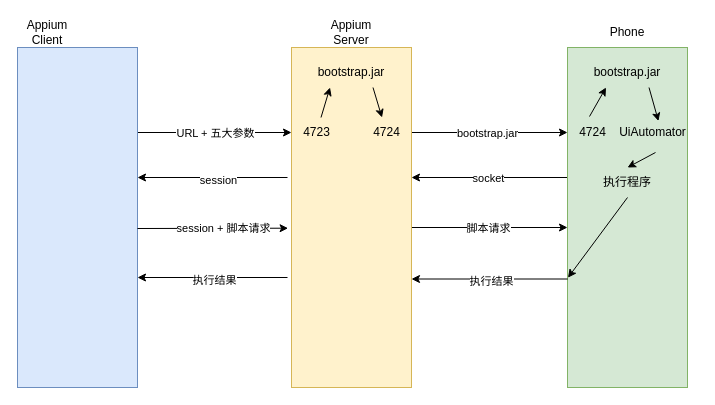
Above: draw/未命名绘图.drawio in itian932/resource (draw.io), before the change. Source tidied: cells renumbered, new cells numbered last; positions are measured from the earlier drawing's top-left corner, leaving out a move shared by most shapes. Both pictures are drawn from the tidied source at 100%, with x=0, y=0 at pixel (17, 17).
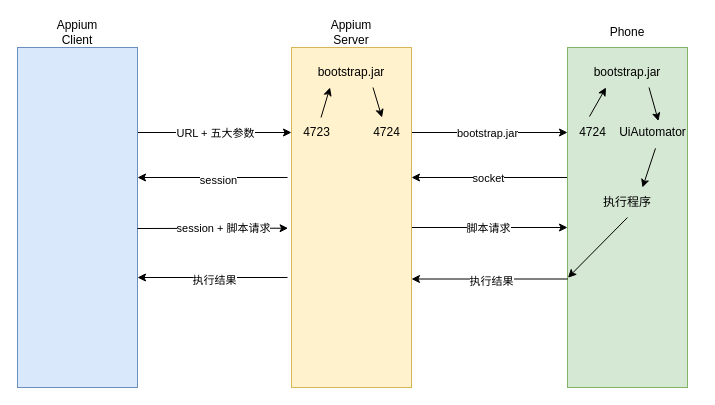
The same page after the edit.

Unchanged cells that the change refers to:
```xml
<mxCell id="26" value="UiAutomator" style="text;html=1;align=center;verticalAlign=middle;points=[];strokeColor=none;fillColor=none;" parent="1" vertex="1">
  <mxGeometry x="590" y="100" width="90" height="30" as="geometry" />
</mxCell>
```

The edit, as a diff of the source:
```diff
@@
     <mxCell id="14" value="Appium Client" style="text;html=1;align=center;verticalAlign=middle;whiteSpace=wrap;rounded=0;" parent="1" vertex="1">
-      <mxGeometry width="60" height="30" as="geometry" />
+      <mxGeometry x="30" width="60" height="30" as="geometry" />
     </mxCell>
@@
-    <mxCell id="34" style="endArrow=classic;html=1;rounded=0;entryX=0.5;entryY=0;entryDx=0;entryDy=0;" parent="1" edge="1" target="35">
-      <mxGeometry relative="1" as="geometry">
-        <mxPoint x="638" y="135" as="sourcePoint" />
-      </mxGeometry>
-    </mxCell>
     <mxCell id="35" value="执行程序" style="text;html=1;align=center;verticalAlign=middle;whiteSpace=wrap;rounded=0;" parent="1" vertex="1">
-      <mxGeometry x="580" y="150" width="60" height="30" as="geometry" />
+      <mxGeometry x="580" y="170" width="60" height="30" as="geometry" />
     </mxCell>
@@
+    <mxCell id="37" style="endArrow=classic;html=1;rounded=0;exitX=0.533;exitY=1.029;exitDx=0;exitDy=0;exitPerimeter=0;entryX=0.75;entryY=0;entryDx=0;entryDy=0;" parent="1" edge="1" source="26" target="35">
+      <mxGeometry relative="1" as="geometry" />
+    </mxCell>
```
